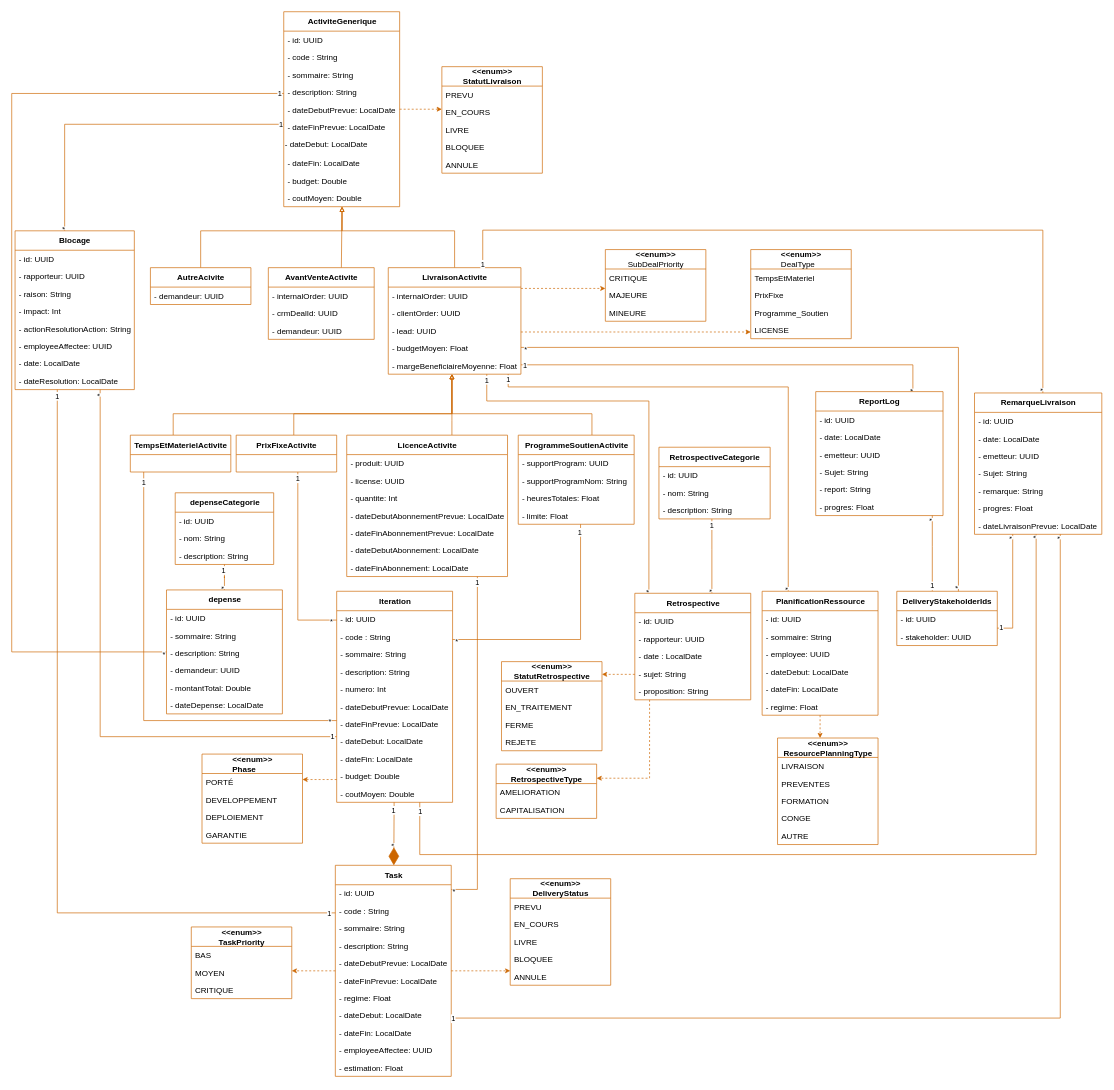
ZidiMedAmine/UML keeps this draw.io diagram as page "Page-1" (1 of 2) of Delivery/Delivery_Fr_DiagrammeClasse.drawio. Above is the earlier version. Source tidied: cells renumbered, new cells numbered last; positions are measured from the earlier drawing's top-left corner, leaving out a move shared by most shapes. Both pictures are drawn from the tidied source at 67%, with x=0, y=0 at pixel (11, 11).
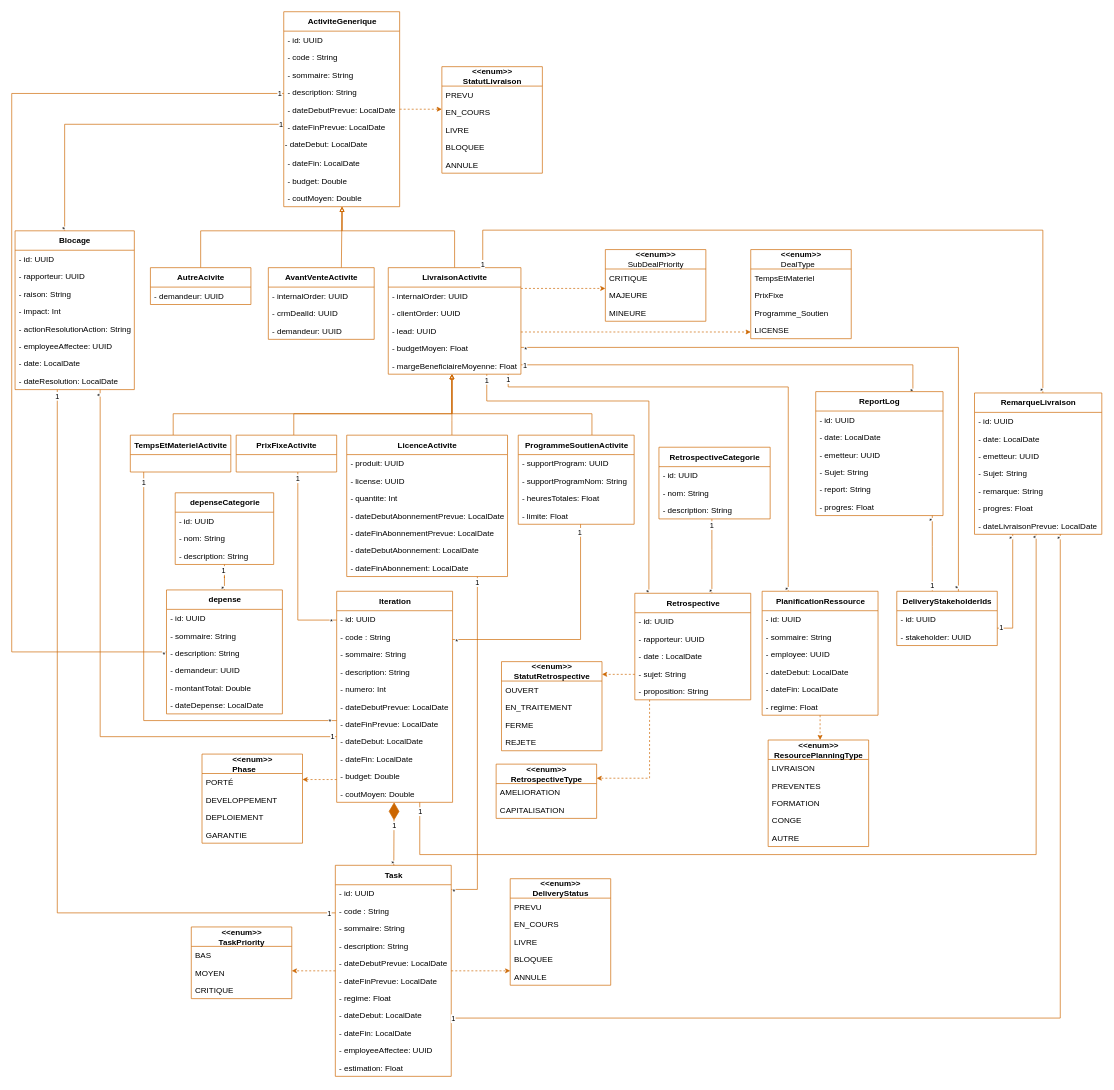
The same page after the edit.

The change refers to these unchanged cells:
```xml
<mxCell id="71" value="&lt;b&gt;Iteration&lt;/b&gt;" style="swimlane;fontStyle=0;align=center;verticalAlign=middle;horizontal=1;startSize=29;html=1;fontSize=12;labelPosition=center;verticalLabelPosition=middle;strokeColor=#CC6600;swimlaneLine=1;rounded=0;shadow=0;glass=0;sketch=0;perimeterSpacing=0;" parent="1" vertex="1">
  <mxGeometry x="485" y="865" width="173" height="315" as="geometry" />
</mxCell>
<mxCell id="135" value="&lt;b&gt;Task&lt;br&gt;&lt;/b&gt;" style="swimlane;fontStyle=0;align=center;verticalAlign=middle;horizontal=1;startSize=29;html=1;fontSize=12;labelPosition=center;verticalLabelPosition=middle;strokeColor=#CC6600;swimlaneLine=1;rounded=0;shadow=0;glass=0;sketch=0;perimeterSpacing=0;" parent="1" vertex="1">
  <mxGeometry x="483" y="1274" width="173" height="315" as="geometry" />
</mxCell>
```

Change to the diagram source:
```diff
@@
     <mxCell id="116" value="&lt;b&gt;&amp;lt;&amp;lt;enum&amp;gt;&amp;gt;&lt;/b&gt;&lt;br&gt;&lt;div style=&quot;text-align: left&quot;&gt;&lt;b&gt;ResourcePlanningType&lt;/b&gt;&lt;br&gt;&lt;/div&gt;" style="swimlane;fontStyle=0;align=center;verticalAlign=middle;horizontal=1;startSize=29;html=1;fontSize=12;labelPosition=center;verticalLabelPosition=middle;swimlaneLine=1;rounded=0;sketch=0;glass=0;strokeColor=#CC6600;" parent="1" vertex="1">
-      <mxGeometry x="1143" y="1084" width="150" height="159" as="geometry" />
+      <mxGeometry x="1129" y="1087" width="150" height="159" as="geometry" />
     </mxCell>
@@
-    <mxCell id="219" style="endArrow=diamondThin;endFill=1;endSize=24;html=1;rounded=0;strokeColor=#CC6600;" parent="1" edge="1" source="71" target="135">
+    <mxCell id="219" style="endArrow=diamondThin;endFill=1;endSize=24;html=1;rounded=0;strokeColor=#CC6600;" parent="1" edge="1" source="135" target="71">
       <mxGeometry relative="1" as="geometry" />
     </mxCell>
     <mxCell id="220" value="1" style="edgeLabel;html=1;align=center;verticalAlign=middle;" parent="219" vertex="1">
       <mxGeometry x="-0.71" y="-1" relative="1" as="geometry">
-        <mxPoint y="-2" as="offset" />
+        <mxPoint x="-1" y="-46" as="offset" />
       </mxGeometry>
     </mxCell>
     <mxCell id="221" value="*" style="edgeLabel;html=1;align=center;verticalAlign=middle;rotation=89;" parent="219" vertex="1">
       <mxGeometry x="-0.12" relative="1" as="geometry">
-        <mxPoint x="-2" y="22" as="offset" />
+        <mxPoint x="-2" y="36" as="offset" />
       </mxGeometry>
     </mxCell>
```
